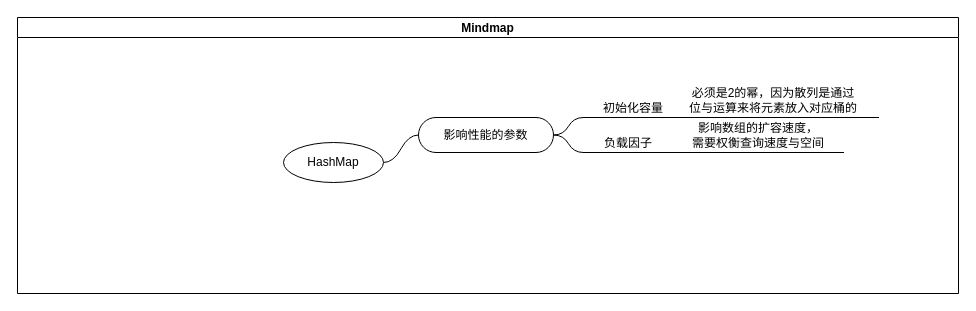
This is draw/HashMap源码.drawio from yaniv-walker/note_images, a draw.io file, before an edit. Source tidied: cells renumbered, new cells numbered last; positions are measured from the earlier drawing's top-left corner, leaving out a move shared by most shapes. Both pictures are drawn from the tidied source at 100%, with x=0, y=0 at pixel (17, 17).
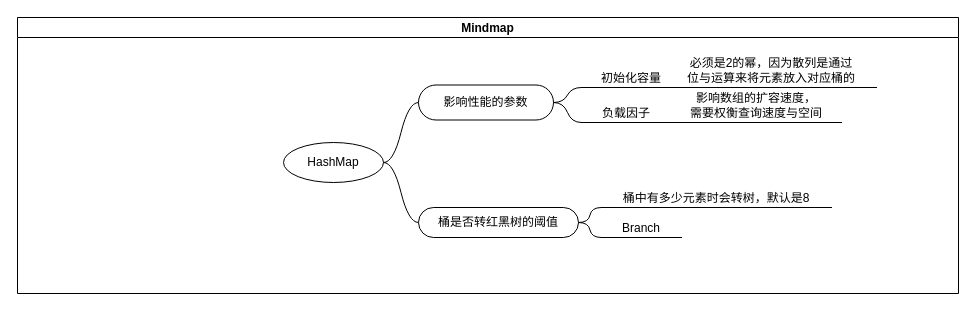
After the change.

The edit, as a diff of the source:
```diff
@@
 <mxGraphModel>
   <root>
     <mxCell id="0" />
     <mxCell id="1" parent="0" />
     <mxCell id="2" value="Mindmap" style="swimlane;startSize=20;horizontal=1;containerType=tree;" parent="1" vertex="1">
       <mxGeometry width="941" height="276" as="geometry" />
     </mxCell>
     <mxCell id="3" style="edgeStyle=entityRelationEdgeStyle;startArrow=none;endArrow=none;segment=10;curved=1;sourcePerimeterSpacing=0;targetPerimeterSpacing=0;rounded=0;" parent="2" edge="1" source="4" target="5">
       <mxGeometry relative="1" as="geometry" />
     </mxCell>
     <mxCell id="4" value="HashMap" style="ellipse;whiteSpace=wrap;html=1;align=center;newEdgeStyle={&quot;edgeStyle&quot;:&quot;entityRelationEdgeStyle&quot;,&quot;startArrow&quot;:&quot;none&quot;,&quot;endArrow&quot;:&quot;none&quot;,&quot;segment&quot;:10,&quot;curved&quot;:1,&quot;sourcePerimeterSpacing&quot;:0,&quot;targetPerimeterSpacing&quot;:0};" parent="2" vertex="1">
       <mxGeometry x="266" y="125" width="100" height="40" as="geometry" />
     </mxCell>
     <mxCell id="5" value="影响性能的参数" style="whiteSpace=wrap;html=1;rounded=1;arcSize=50;align=center;verticalAlign=middle;strokeWidth=1;spacing=4;newEdgeStyle={&quot;edgeStyle&quot;:&quot;entityRelationEdgeStyle&quot;,&quot;startArrow&quot;:&quot;none&quot;,&quot;endArrow&quot;:&quot;none&quot;,&quot;segment&quot;:10,&quot;curved&quot;:1,&quot;sourcePerimeterSpacing&quot;:0,&quot;targetPerimeterSpacing&quot;:0};" parent="2" vertex="1">
-      <mxGeometry x="401" y="100" width="135" height="35" as="geometry" />
+      <mxGeometry x="401" y="67.5" width="135" height="35" as="geometry" />
     </mxCell>
     <mxCell id="6" value="初始化容量" style="whiteSpace=wrap;html=1;shape=partialRectangle;top=0;left=0;bottom=1;right=0;points=[[0,1],[1,1]];fillColor=none;align=center;verticalAlign=bottom;routingCenterY=0.5;snapToPoint=1;newEdgeStyle={&quot;edgeStyle&quot;:&quot;entityRelationEdgeStyle&quot;,&quot;startArrow&quot;:&quot;none&quot;,&quot;endArrow&quot;:&quot;none&quot;,&quot;segment&quot;:10,&quot;curved&quot;:1,&quot;sourcePerimeterSpacing&quot;:0,&quot;targetPerimeterSpacing&quot;:0};" parent="2" vertex="1">
-      <mxGeometry x="566" y="70" width="100" height="30" as="geometry" />
+      <mxGeometry x="564" y="40" width="100" height="30" as="geometry" />
     </mxCell>
     <mxCell id="7" style="edgeStyle=entityRelationEdgeStyle;startArrow=none;endArrow=none;segment=10;curved=1;sourcePerimeterSpacing=0;targetPerimeterSpacing=0;rounded=0;exitX=1;exitY=0.5;exitDx=0;exitDy=0;" parent="2" edge="1" source="5" target="6">
       <mxGeometry relative="1" as="geometry" />
     </mxCell>
     <mxCell id="8" value="负载因子" style="whiteSpace=wrap;html=1;shape=partialRectangle;top=0;left=0;bottom=1;right=0;points=[[0,1],[1,1]];fillColor=none;align=center;verticalAlign=bottom;routingCenterY=0.5;snapToPoint=1;newEdgeStyle={&quot;edgeStyle&quot;:&quot;entityRelationEdgeStyle&quot;,&quot;startArrow&quot;:&quot;none&quot;,&quot;endArrow&quot;:&quot;none&quot;,&quot;segment&quot;:10,&quot;curved&quot;:1,&quot;sourcePerimeterSpacing&quot;:0,&quot;targetPerimeterSpacing&quot;:0};" parent="2" vertex="1">
-      <mxGeometry x="566" y="105" width="90" height="30" as="geometry" />
+      <mxGeometry x="564" y="75" width="90" height="30" as="geometry" />
     </mxCell>
     <mxCell id="9" style="edgeStyle=entityRelationEdgeStyle;startArrow=none;endArrow=none;segment=10;curved=1;sourcePerimeterSpacing=0;targetPerimeterSpacing=0;rounded=0;exitX=1;exitY=0.5;exitDx=0;exitDy=0;" parent="2" edge="1" source="5" target="8">
       <mxGeometry relative="1" as="geometry" />
     </mxCell>
     <mxCell id="10" style="edgeStyle=entityRelationEdgeStyle;startArrow=none;endArrow=none;segment=10;curved=1;sourcePerimeterSpacing=0;targetPerimeterSpacing=0;rounded=0;exitX=1;exitY=1;exitDx=0;exitDy=0;" parent="2" edge="1" source="6" target="11">
       <mxGeometry relative="1" as="geometry" />
     </mxCell>
     <mxCell id="11" value="必须是2的幂，因为散列是通过&lt;br&gt;位与运算来将元素放入对应桶的" style="whiteSpace=wrap;html=1;shape=partialRectangle;top=0;left=0;bottom=1;right=0;points=[[0,1],[1,1]];fillColor=none;align=center;verticalAlign=bottom;routingCenterY=0.5;snapToPoint=1;newEdgeStyle={&quot;edgeStyle&quot;:&quot;entityRelationEdgeStyle&quot;,&quot;startArrow&quot;:&quot;none&quot;,&quot;endArrow&quot;:&quot;none&quot;,&quot;segment&quot;:10,&quot;curved&quot;:1,&quot;sourcePerimeterSpacing&quot;:0,&quot;targetPerimeterSpacing&quot;:0};" parent="2" vertex="1">
-      <mxGeometry x="651" y="60" width="210" height="40" as="geometry" />
+      <mxGeometry x="649" y="30" width="210" height="40" as="geometry" />
     </mxCell>
     <mxCell id="12" style="edgeStyle=entityRelationEdgeStyle;startArrow=none;endArrow=none;segment=10;curved=1;sourcePerimeterSpacing=0;targetPerimeterSpacing=0;rounded=0;exitX=1;exitY=1;exitDx=0;exitDy=0;" parent="2" edge="1" source="8" target="13">
       <mxGeometry relative="1" as="geometry" />
     </mxCell>
     <mxCell id="13" value="影响数组的扩容速度，&lt;br&gt;需要权衡查询速度与空间" style="whiteSpace=wrap;html=1;shape=partialRectangle;top=0;left=0;bottom=1;right=0;points=[[0,1],[1,1]];fillColor=none;align=center;verticalAlign=bottom;routingCenterY=0.5;snapToPoint=1;newEdgeStyle={&quot;edgeStyle&quot;:&quot;entityRelationEdgeStyle&quot;,&quot;startArrow&quot;:&quot;none&quot;,&quot;endArrow&quot;:&quot;none&quot;,&quot;segment&quot;:10,&quot;curved&quot;:1,&quot;sourcePerimeterSpacing&quot;:0,&quot;targetPerimeterSpacing&quot;:0};" parent="2" vertex="1">
-      <mxGeometry x="656" y="95" width="170" height="40" as="geometry" />
+      <mxGeometry x="654" y="65" width="170" height="40" as="geometry" />
     </mxCell>
+    <mxCell id="14" style="edgeStyle=entityRelationEdgeStyle;startArrow=none;endArrow=none;segment=10;curved=1;sourcePerimeterSpacing=0;targetPerimeterSpacing=0;rounded=0;" parent="2" edge="1" source="4" target="15">
+      <mxGeometry relative="1" as="geometry" />
+    </mxCell>
+    <mxCell id="15" value="桶是否转红黑树的阈值" style="whiteSpace=wrap;html=1;rounded=1;arcSize=50;align=center;verticalAlign=middle;strokeWidth=1;spacing=4;newEdgeStyle={&quot;edgeStyle&quot;:&quot;entityRelationEdgeStyle&quot;,&quot;startArrow&quot;:&quot;none&quot;,&quot;endArrow&quot;:&quot;none&quot;,&quot;segment&quot;:10,&quot;curved&quot;:1,&quot;sourcePerimeterSpacing&quot;:0,&quot;targetPerimeterSpacing&quot;:0};" parent="2" vertex="1">
+      <mxGeometry x="401" y="190" width="160" height="30" as="geometry" />
+    </mxCell>
+    <mxCell id="16" value="桶中有多少元素时会转树，默认是8" style="whiteSpace=wrap;html=1;shape=partialRectangle;top=0;left=0;bottom=1;right=0;points=[[0,1],[1,1]];fillColor=none;align=center;verticalAlign=bottom;routingCenterY=0.5;snapToPoint=1;newEdgeStyle={&quot;edgeStyle&quot;:&quot;entityRelationEdgeStyle&quot;,&quot;startArrow&quot;:&quot;none&quot;,&quot;endArrow&quot;:&quot;none&quot;,&quot;segment&quot;:10,&quot;curved&quot;:1,&quot;sourcePerimeterSpacing&quot;:0,&quot;targetPerimeterSpacing&quot;:0};" parent="2" vertex="1">
+      <mxGeometry x="584" y="160" width="230" height="30" as="geometry" />
+    </mxCell>
+    <mxCell id="17" style="edgeStyle=entityRelationEdgeStyle;startArrow=none;endArrow=none;segment=10;curved=1;sourcePerimeterSpacing=0;targetPerimeterSpacing=0;rounded=0;" parent="2" edge="1" source="15" target="16">
+      <mxGeometry x="641" y="195" as="geometry" />
+    </mxCell>
+    <mxCell id="18" style="edgeStyle=entityRelationEdgeStyle;startArrow=none;endArrow=none;segment=10;curved=1;sourcePerimeterSpacing=0;targetPerimeterSpacing=0;rounded=0;" parent="2" edge="1" source="15" target="19">
+      <mxGeometry x="641" y="195" as="geometry" />
+    </mxCell>
+    <mxCell id="19" value="Branch" style="whiteSpace=wrap;html=1;shape=partialRectangle;top=0;left=0;bottom=1;right=0;points=[[0,1],[1,1]];fillColor=none;align=center;verticalAlign=bottom;routingCenterY=0.5;snapToPoint=1;newEdgeStyle={&quot;edgeStyle&quot;:&quot;entityRelationEdgeStyle&quot;,&quot;startArrow&quot;:&quot;none&quot;,&quot;endArrow&quot;:&quot;none&quot;,&quot;segment&quot;:10,&quot;curved&quot;:1,&quot;sourcePerimeterSpacing&quot;:0,&quot;targetPerimeterSpacing&quot;:0};" parent="2" vertex="1">
+      <mxGeometry x="584" y="200" width="80" height="20" as="geometry" />
+    </mxCell>
   </root>
 </mxGraphModel>
```
